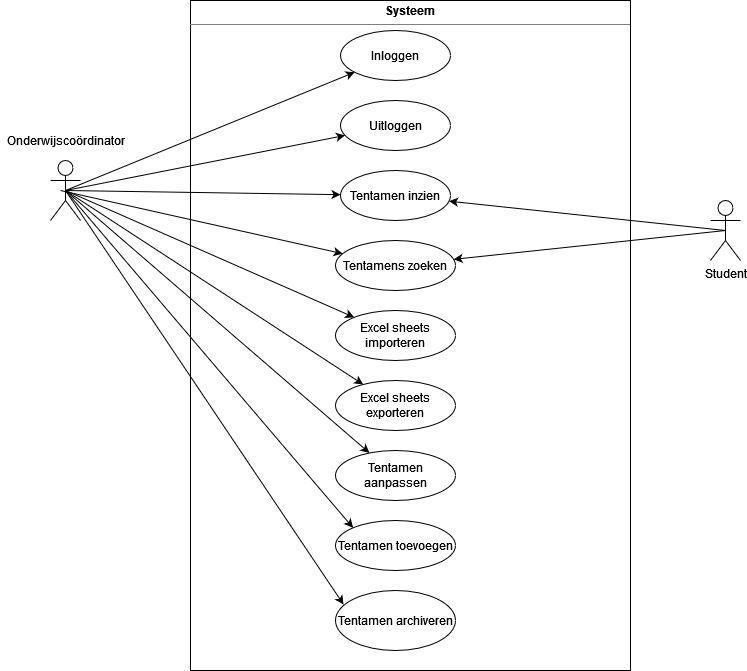
Above: docs/modellen/use_case_diagram.drawio.png in HU-SD-V2PRFED-studenten-2122/prfed-2122-team-t (draw.io), before the change. Source tidied: cells renumbered, new cells last; positions are measured from the earlier drawing's top-left corner, leaving out a move shared by most shapes.
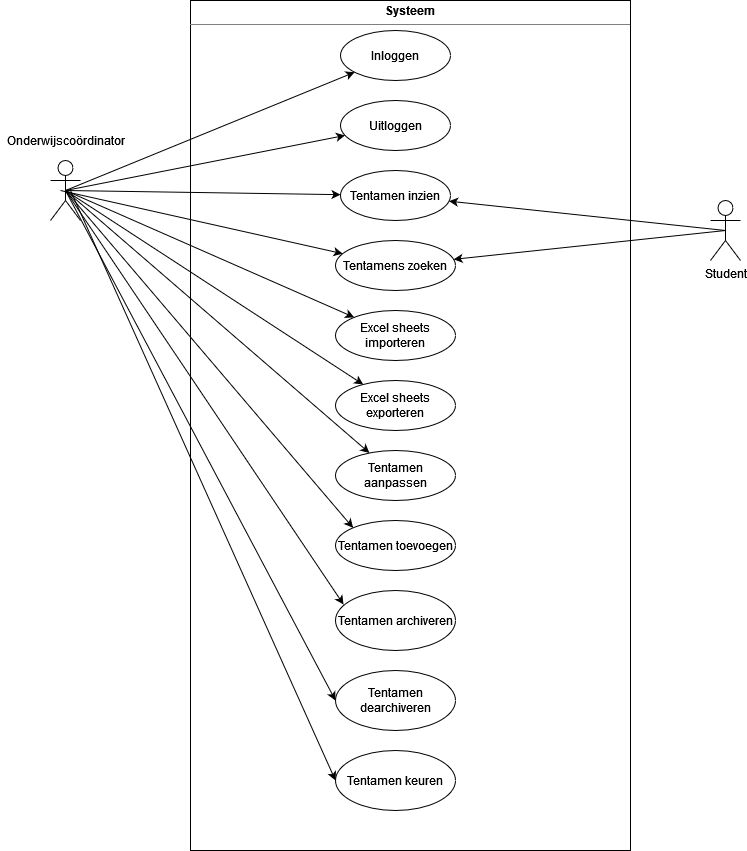
After the change.

Change to the diagram source:
```diff
@@ -3,7 +3,7 @@
     <mxCell id="0" />
     <mxCell id="1" parent="0" />
     <mxCell id="2" value="&lt;p style=&quot;margin: 0px ; margin-top: 4px ; text-align: center&quot;&gt;&lt;b&gt;Systeem&lt;/b&gt;&lt;br&gt;&lt;/p&gt;&lt;hr size=&quot;1&quot;&gt;&lt;div style=&quot;height: 2px&quot;&gt;&lt;/div&gt;" style="verticalAlign=top;align=left;overflow=fill;fontSize=12;fontFamily=Helvetica;html=1;" parent="1" vertex="1">
-      <mxGeometry x="190" width="440" height="670" as="geometry" />
+      <mxGeometry x="190" width="440" height="850" as="geometry" />
     </mxCell>
     <mxCell id="3" value="Student" style="shape=umlActor;verticalLabelPosition=bottom;verticalAlign=top;html=1;" parent="1" vertex="1">
       <mxGeometry x="710" y="200" width="30" height="60" as="geometry" />
@@ -76,5 +76,19 @@
     <mxCell id="25" value="Onderwijscoördinator" style="text;html=1;align=center;verticalAlign=middle;strokeColor=none;fillColor=none;" parent="1" vertex="1">
       <mxGeometry y="130" width="130" height="20" as="geometry" />
     </mxCell>
+    <mxCell id="26" value="Tentamen dearchiveren" style="ellipse;whiteSpace=wrap;html=1;" parent="1" vertex="1">
+      <mxGeometry x="335" y="670" width="120" height="60" as="geometry" />
+    </mxCell>
+    <mxCell id="27" value="Tentamen keuren" style="ellipse;whiteSpace=wrap;html=1;" parent="1" vertex="1">
+      <mxGeometry x="335" y="750" width="120" height="60" as="geometry" />
+    </mxCell>
+    <mxCell id="28" style="endArrow=classic;html=1;rounded=0;exitX=0.5;exitY=0.5;exitDx=0;exitDy=0;exitPerimeter=0;entryX=0;entryY=0.5;entryDx=0;entryDy=0;" parent="1" edge="1" source="4" target="26">
+      <mxGeometry relative="1" as="geometry" />
+    </mxCell>
+    <mxCell id="29" style="endArrow=classic;html=1;rounded=0;entryX=0;entryY=0.5;entryDx=0;entryDy=0;" parent="1" edge="1" target="27">
+      <mxGeometry relative="1" as="geometry">
+        <mxPoint x="70" y="190" as="sourcePoint" />
+      </mxGeometry>
+    </mxCell>
   </root>
 </mxGraphModel>
```
